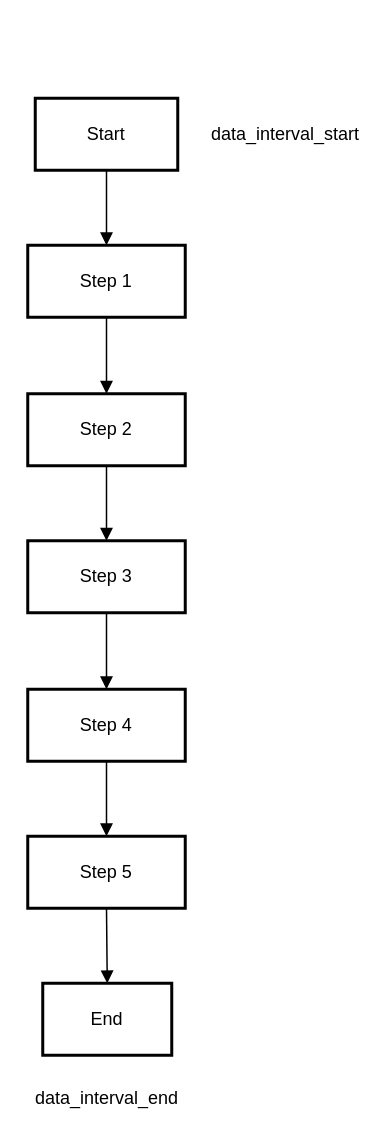
Max210903/apache_airflow keeps this draw.io diagram as DAG.drawio. Above is the earlier version. Source tidied: cells renumbered, new cells numbered last; positions are measured from the earlier drawing's top-left corner, leaving out a move shared by most shapes. Both pictures are drawn from the tidied source at 150%, with x=0, y=0 at pixel (27, 98).
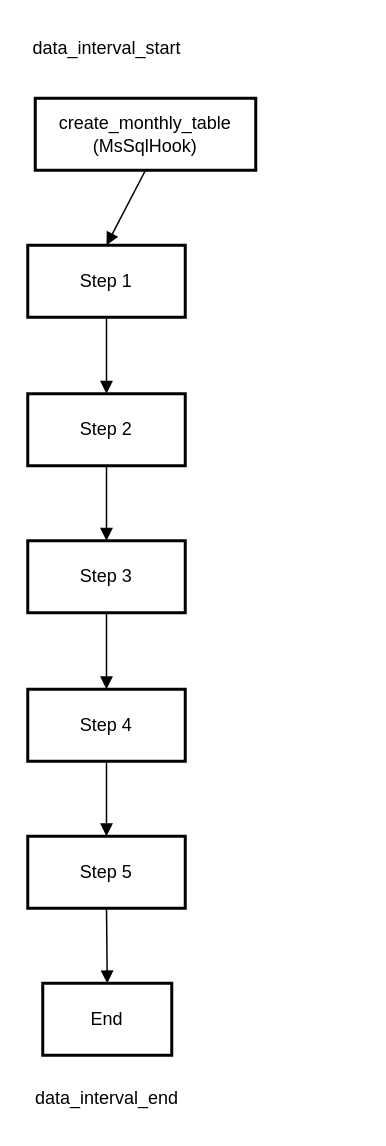
The same diagram, later.

The edit, as a diff of the source:
```diff
@@
 <mxGraphModel>
   <root>
     <mxCell id="0" />
     <mxCell id="1" parent="0" />
-    <mxCell id="2" value="Start" style="whiteSpace=wrap;strokeWidth=2;" parent="1" vertex="1">
-      <mxGeometry x="5" width="95" height="48" as="geometry" />
+    <mxCell id="2" value="create_monthly_table&#10;(MsSqlHook)" style="whiteSpace=wrap;strokeWidth=2;fontStyle=0;" parent="1" vertex="1">
+      <mxGeometry x="5" width="147" height="48" as="geometry" />
     </mxCell>
     <mxCell id="3" value="Step 1" style="whiteSpace=wrap;strokeWidth=2;" parent="1" vertex="1">
       <mxGeometry y="98" width="105" height="48" as="geometry" />
     </mxCell>
     <mxCell id="4" value="Step 2" style="whiteSpace=wrap;strokeWidth=2;" parent="1" vertex="1">
       <mxGeometry y="197" width="105" height="48" as="geometry" />
     </mxCell>
     <mxCell id="5" value="Step 3" style="whiteSpace=wrap;strokeWidth=2;" parent="1" vertex="1">
       <mxGeometry y="295" width="105" height="48" as="geometry" />
     </mxCell>
     <mxCell id="6" value="Step 4" style="whiteSpace=wrap;strokeWidth=2;" parent="1" vertex="1">
       <mxGeometry y="394" width="105" height="48" as="geometry" />
     </mxCell>
     <mxCell id="7" value="Step 5" style="whiteSpace=wrap;strokeWidth=2;" parent="1" vertex="1">
       <mxGeometry y="492" width="105" height="48" as="geometry" />
     </mxCell>
     <mxCell id="8" value="End" style="whiteSpace=wrap;strokeWidth=2;" parent="1" vertex="1">
       <mxGeometry x="10" y="590" width="86" height="48" as="geometry" />
     </mxCell>
     <mxCell id="9" style="curved=1;startArrow=none;endArrow=block;exitX=0.5;exitY=1.01;entryX=0.5;entryY=0.01;" parent="1" edge="1" source="2" target="3">
       <mxGeometry relative="1" as="geometry" />
     </mxCell>
     <mxCell id="10" style="curved=1;startArrow=none;endArrow=block;exitX=0.5;exitY=1.02;entryX=0.5;entryY=0;" parent="1" edge="1" source="3" target="4">
       <mxGeometry relative="1" as="geometry" />
     </mxCell>
     <mxCell id="11" style="curved=1;startArrow=none;endArrow=block;exitX=0.5;exitY=1;entryX=0.5;entryY=0;" parent="1" edge="1" source="4" target="5">
       <mxGeometry relative="1" as="geometry" />
     </mxCell>
     <mxCell id="12" style="curved=1;startArrow=none;endArrow=block;exitX=0.5;exitY=1.01;entryX=0.5;entryY=-0.01;" parent="1" edge="1" source="5" target="6">
       <mxGeometry relative="1" as="geometry" />
     </mxCell>
     <mxCell id="13" style="curved=1;startArrow=none;endArrow=block;exitX=0.5;exitY=1;entryX=0.5;entryY=0;" parent="1" edge="1" source="6" target="7">
       <mxGeometry relative="1" as="geometry" />
     </mxCell>
     <mxCell id="14" style="curved=1;startArrow=none;endArrow=block;exitX=0.5;exitY=1.01;entryX=0.5;entryY=0.01;" parent="1" edge="1" source="7" target="8">
       <mxGeometry relative="1" as="geometry" />
     </mxCell>
     <mxCell id="15" value="data_interval_start" style="text;html=1;align=center;verticalAlign=middle;whiteSpace=wrap;rounded=0;" parent="1" vertex="1">
-      <mxGeometry x="142" y="9" width="60" height="30" as="geometry" />
+      <mxGeometry x="23" y="-48" width="60" height="30" as="geometry" />
     </mxCell>
     <mxCell id="16" value="data_interval_end" style="text;html=1;align=center;verticalAlign=middle;whiteSpace=wrap;rounded=0;" parent="1" vertex="1">
       <mxGeometry x="23" y="652" width="60" height="30" as="geometry" />
     </mxCell>
   </root>
 </mxGraphModel>
```
